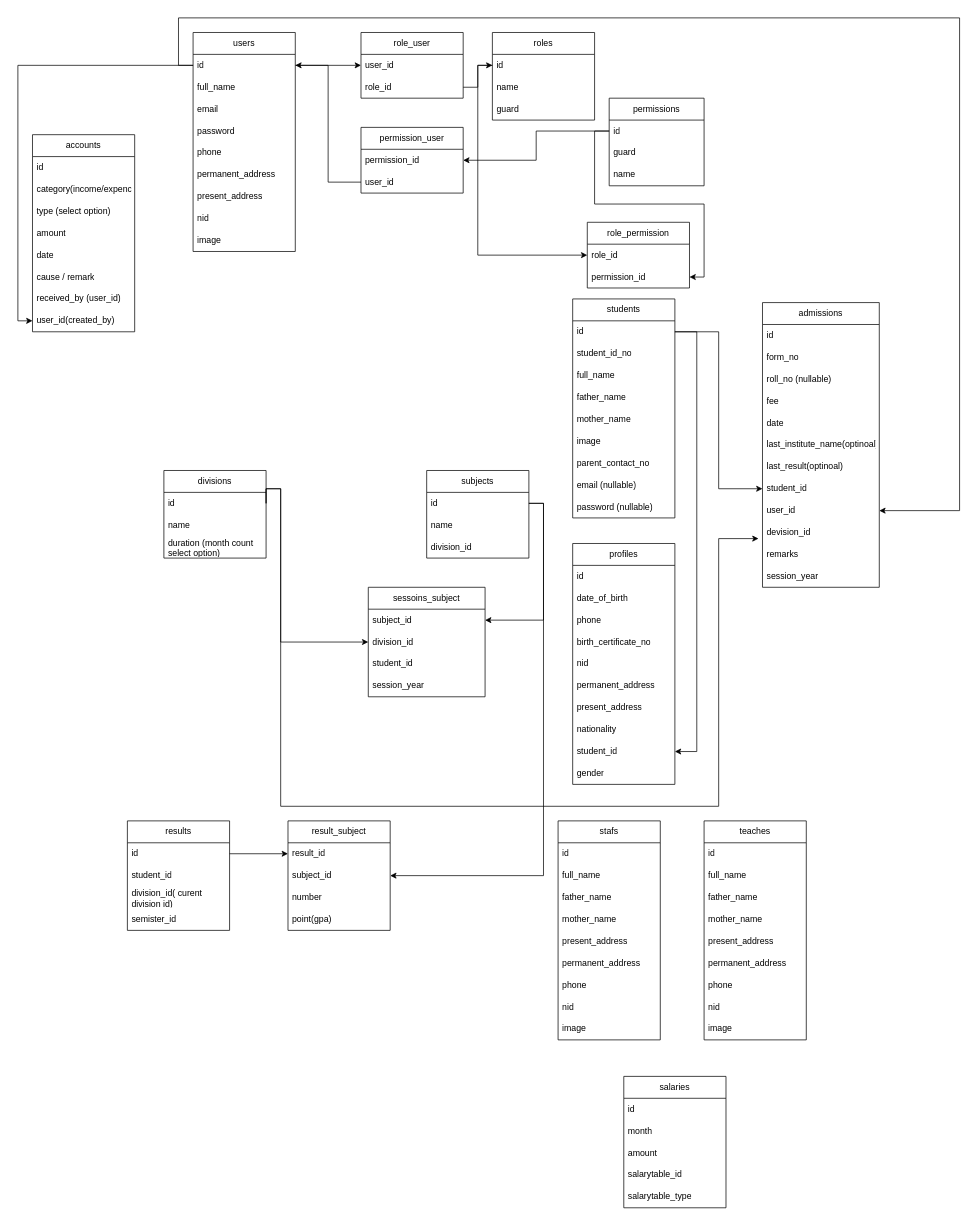
The draw.io diagram Untitled Diagram.drawio in asifmics/javascript, before the edit. Source tidied: cells renumbered, new cells numbered last; positions are measured from the earlier drawing's top-left corner, leaving out a move shared by most shapes. Both pictures are drawn from the tidied source at 73%, with x=0, y=0 at pixel (32, 18).
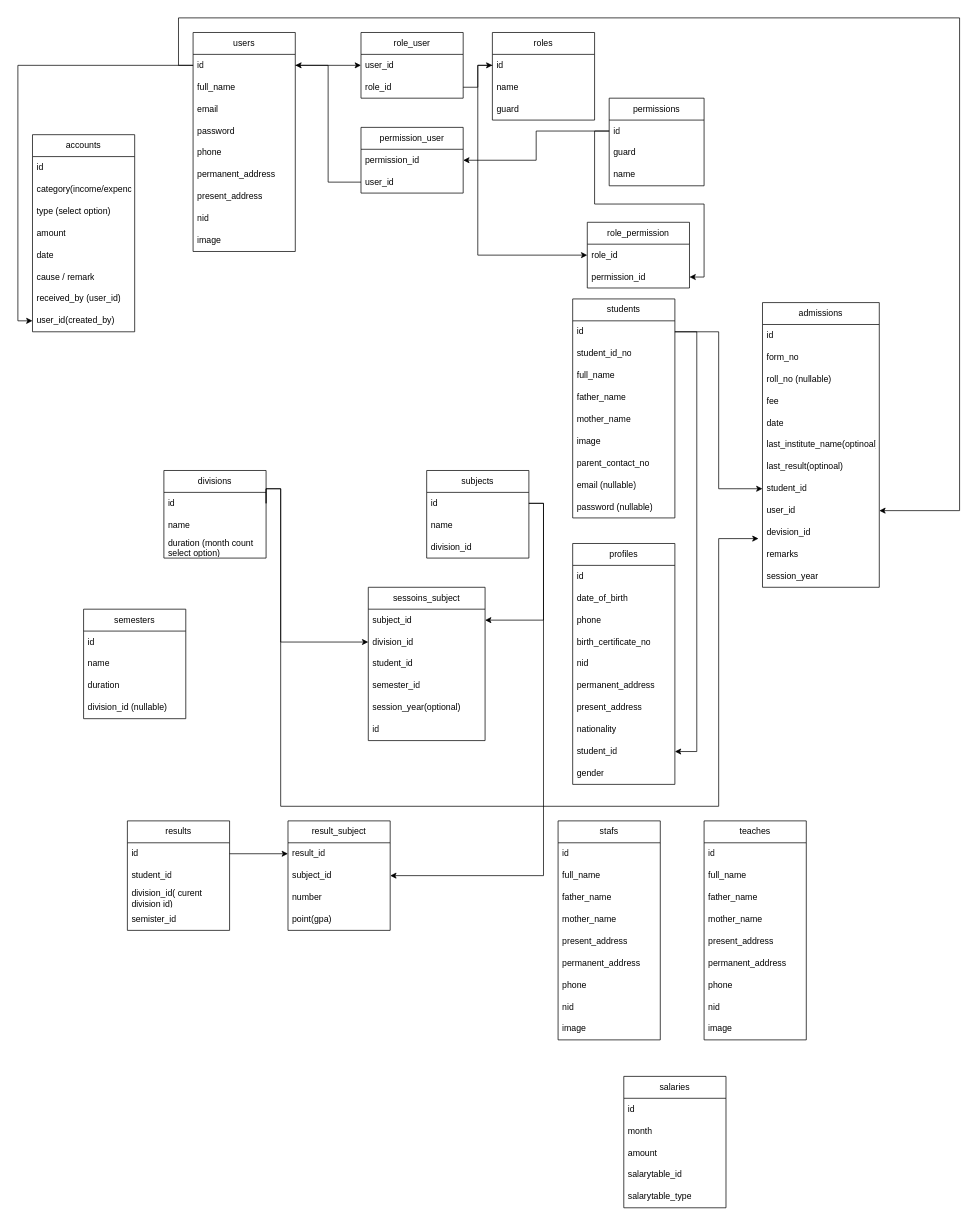
After the change.

Change to the diagram source:
```diff
@@
     <mxCell id="53" value="sessoins_subject" style="swimlane;fontStyle=0;horizontal=1;startSize=30;whiteSpace=wrap;html=1;" parent="1" vertex="1">
-      <mxGeometry x="460" y="780" width="160" height="150" as="geometry" />
+      <mxGeometry x="460" y="780" width="160" height="210" as="geometry" />
     </mxCell>
@@
+    <mxCell id="136" value="semester_id" style="text;strokeColor=none;fillColor=none;align=left;verticalAlign=middle;spacingLeft=4;spacingRight=4;overflow=hidden;whiteSpace=wrap;html=1;" parent="53" vertex="1">
+      <mxGeometry y="120" width="160" height="30" as="geometry" />
+    </mxCell>
-    <mxCell id="57" value="session_year" style="text;strokeColor=none;fillColor=none;align=left;verticalAlign=middle;spacingLeft=4;spacingRight=4;overflow=hidden;whiteSpace=wrap;html=1;" parent="53" vertex="1">
-      <mxGeometry y="120" width="160" height="30" as="geometry" />
+    <mxCell id="57" value="session_year(optional)" style="text;strokeColor=none;fillColor=none;align=left;verticalAlign=middle;spacingLeft=4;spacingRight=4;overflow=hidden;whiteSpace=wrap;html=1;" parent="53" vertex="1">
+      <mxGeometry y="150" width="160" height="30" as="geometry" />
     </mxCell>
+    <mxCell id="137" value="id" style="text;strokeColor=none;fillColor=none;align=left;verticalAlign=middle;spacingLeft=4;spacingRight=4;overflow=hidden;whiteSpace=wrap;html=1;" parent="53" vertex="1">
+      <mxGeometry y="180" width="160" height="30" as="geometry" />
+    </mxCell>
@@
+    <mxCell id="138" value="semesters" style="swimlane;fontStyle=0;horizontal=1;startSize=30;whiteSpace=wrap;html=1;" parent="1" vertex="1">
+      <mxGeometry x="70" y="810" width="140" height="150" as="geometry" />
+    </mxCell>
+    <mxCell id="139" value="id" style="text;strokeColor=none;fillColor=none;align=left;verticalAlign=middle;spacingLeft=4;spacingRight=4;overflow=hidden;whiteSpace=wrap;html=1;" parent="138" vertex="1">
+      <mxGeometry y="30" width="140" height="30" as="geometry" />
+    </mxCell>
+    <mxCell id="140" value="name" style="text;strokeColor=none;fillColor=none;align=left;verticalAlign=middle;spacingLeft=4;spacingRight=4;overflow=hidden;whiteSpace=wrap;html=1;" parent="138" vertex="1">
+      <mxGeometry y="60" width="140" height="30" as="geometry" />
+    </mxCell>
+    <mxCell id="141" value="duration" style="text;strokeColor=none;fillColor=none;align=left;verticalAlign=middle;spacingLeft=4;spacingRight=4;overflow=hidden;whiteSpace=wrap;html=1;" parent="138" vertex="1">
+      <mxGeometry y="90" width="140" height="30" as="geometry" />
+    </mxCell>
+    <mxCell id="142" value="division_id (nullable)" style="text;strokeColor=none;fillColor=none;align=left;verticalAlign=middle;spacingLeft=4;spacingRight=4;overflow=hidden;whiteSpace=wrap;html=1;" parent="138" vertex="1">
+      <mxGeometry y="120" width="140" height="30" as="geometry" />
+    </mxCell>
```
